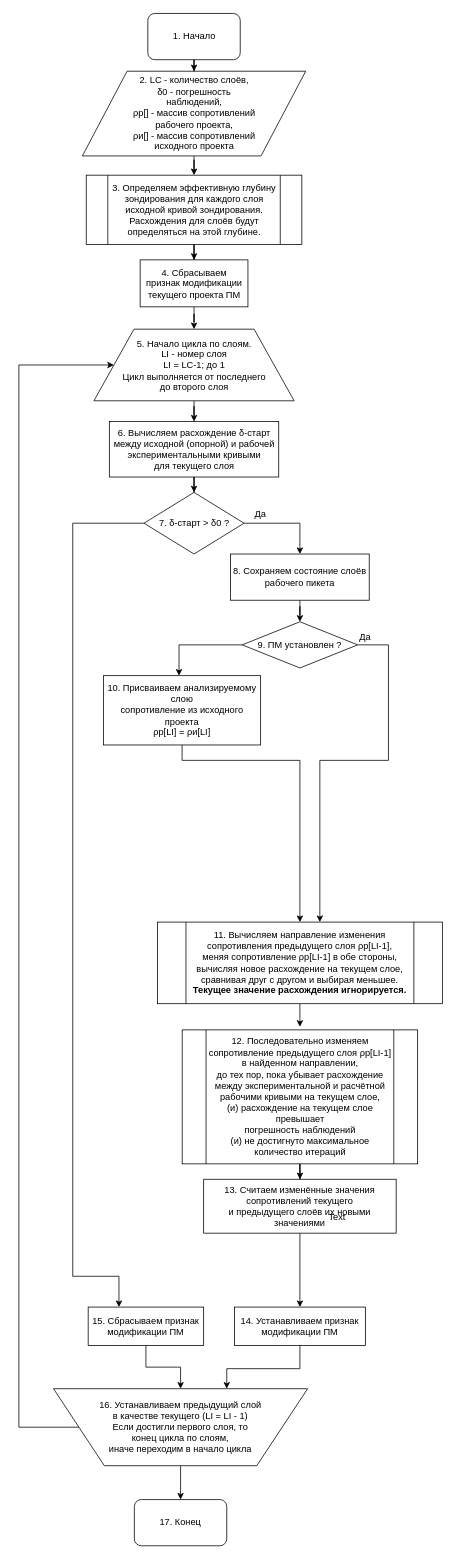
svm-elwin/Diagrams keeps this draw.io diagram as Новый алгоритм количественного мониторинга.drawio. Above is the earlier version. Source tidied: cells renumbered, new cells numbered last; positions are measured from the earlier drawing's top-left corner, leaving out a move shared by most shapes. Both pictures are drawn from the tidied source at 77%, with x=0, y=0 at pixel (18, 13).
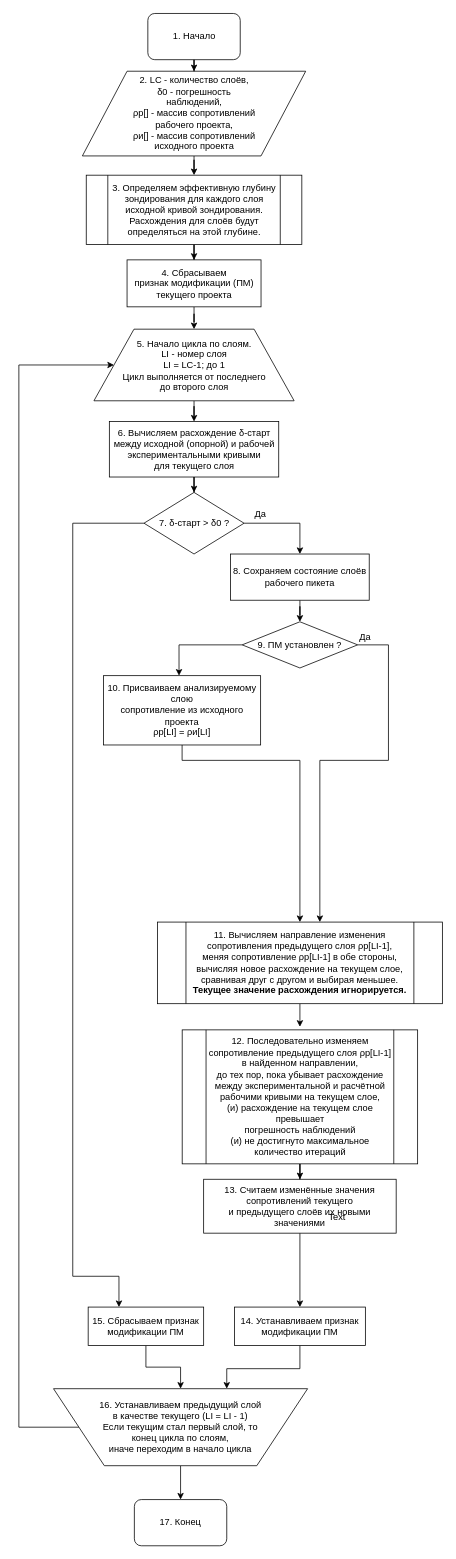
The same diagram, later.

Unchanged cells that the change refers to:
```xml
<mxCell id="7" value="&lt;div&gt;5. Начало цикла по слоям.&lt;/div&gt;&lt;div&gt;LI - номер слоя&lt;/div&gt;&lt;div&gt;LI = LC-1; до 1&lt;/div&gt;&lt;div&gt;Цикл выполняется от последнего&lt;/div&gt;&lt;div&gt;до второго слоя&lt;/div&gt;" style="shape=trapezoid;perimeter=trapezoidPerimeter;whiteSpace=wrap;html=1;" parent="1" vertex="1">
  <mxGeometry x="97.5" y="410" width="260" height="93" as="geometry" />
</mxCell>
<mxCell id="40" value="&lt;div&gt;3. Определяем эффективную глубину зондирования для каждого слоя исходной кривой зондирования.&lt;/div&gt;&lt;div&gt;Расхождения для слоёв будут определяться на этой глубине.&lt;/div&gt;" style="shape=process;whiteSpace=wrap;html=1;backgroundOutline=1;" parent="1" vertex="1">
  <mxGeometry x="87.5" y="210" width="280" height="90" as="geometry" />
</mxCell>
```

Change to the diagram source:
```diff
@@
-    <mxCell id="21" value="&lt;div&gt;16. Устанавливаем предыдущий слой&lt;/div&gt;&lt;div&gt;в качестве текущего (LI = LI - 1)&lt;/div&gt;&lt;div&gt;Если достигли первого слоя, то&lt;/div&gt;&lt;div&gt;конец цикла по слоям,&lt;/div&gt;&lt;div&gt;иначе переходим в начало цикла&lt;/div&gt;" style="shape=trapezoid;perimeter=trapezoidPerimeter;whiteSpace=wrap;html=1;direction=west;" parent="1" vertex="1">
+    <mxCell id="21" value="&lt;div&gt;16. Устанавливаем предыдущий слой&lt;/div&gt;&lt;div&gt;в качестве текущего (LI = LI - 1)&lt;/div&gt;&lt;div&gt;Если текущим стал первый слой, то&lt;/div&gt;&lt;div&gt;конец цикла по слоям,&lt;/div&gt;&lt;div&gt;иначе переходим в начало цикла&lt;/div&gt;" style="shape=trapezoid;perimeter=trapezoidPerimeter;whiteSpace=wrap;html=1;direction=west;" parent="1" vertex="1">
       <mxGeometry x="45" y="1786" width="330" height="100" as="geometry" />
     </mxCell>
@@
-    <mxCell id="27" style="edgeStyle=orthogonalEdgeStyle;rounded=0;jettySize=auto;html=1;" parent="1" edge="1" source="28" target="7">
+    <mxCell id="27" style="edgeStyle=orthogonalEdgeStyle;rounded=0;jettySize=auto;html=1;strokeColor=#000000;strokeWidth=1;fontSize=15;fontColor=#FF33FF;" parent="1" edge="1" source="28" target="7">
       <mxGeometry relative="1" as="geometry" />
     </mxCell>
-    <mxCell id="28" value="4. Сбрасываем&lt;br&gt;признак модификации&lt;br&gt;текущего проекта ПМ" style="rounded=0;whiteSpace=wrap;html=1;" parent="1" vertex="1">
-      <mxGeometry x="157.5" y="320" width="140" height="61" as="geometry" />
+    <mxCell id="28" value="4. Сбрасываем&lt;br&gt;признак модификации (ПМ) текущего проекта" style="rounded=0;whiteSpace=wrap;html=1;" parent="1" vertex="1">
+      <mxGeometry x="140.5" y="320" width="174" height="61" as="geometry" />
     </mxCell>
@@
-    <mxCell id="39" style="edgeStyle=orthogonalEdgeStyle;rounded=0;jettySize=auto;html=1;" parent="1" edge="1" source="40" target="28">
+    <mxCell id="39" style="edgeStyle=orthogonalEdgeStyle;rounded=0;jettySize=auto;html=1;strokeColor=#000000;strokeWidth=1;fontSize=15;fontColor=#FF33FF;" parent="1" edge="1" source="40" target="28">
       <mxGeometry relative="1" as="geometry" />
     </mxCell>
```
